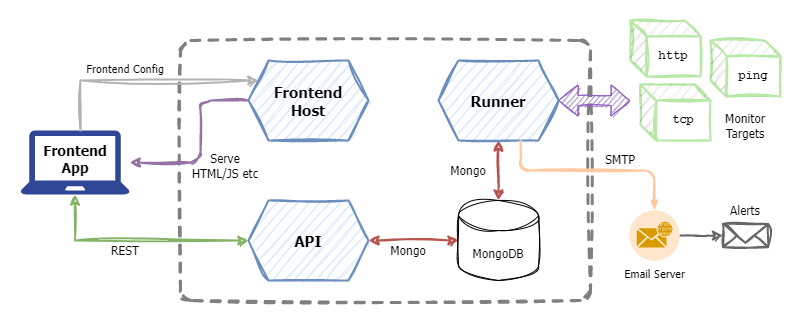
This is etc/architecture.drawio.png from benc-uk/nanomon, a draw.io export, as it was before one commit. Source tidied: cells renumbered, new cells last; positions are measured from the earlier drawing's top-left corner, leaving out a move shared by most shapes.
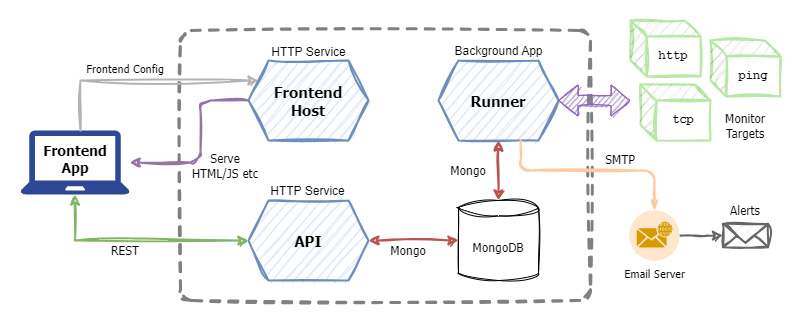
The same diagram one commit later.

What changed in the source:
```diff
@@ -3,7 +3,7 @@
     <mxCell id="0" />
     <mxCell id="1" parent="0" />
     <mxCell id="2" style="rounded=1;whiteSpace=wrap;html=1;fillColor=none;glass=0;strokeColor=#808080;arcSize=4;sketch=1;curveFitting=1;jiggle=2;strokeWidth=3;dashed=1;" parent="1" vertex="1">
-      <mxGeometry x="180" y="40" width="410" height="260" as="geometry" />
+      <mxGeometry x="180" y="30" width="410" height="270" as="geometry" />
     </mxCell>
     <mxCell id="3" style="edgeStyle=orthogonalEdgeStyle;html=1;exitX=0;exitY=0.5;exitDx=0;exitDy=0;sketch=1;curveFitting=1;jiggle=2;fillColor=#e1d5e7;strokeColor=#9673a6;strokeWidth=2;" parent="1" edge="1" source="4" target="11">
       <mxGeometry relative="1" as="geometry">
@@ -28,7 +28,7 @@
     <mxCell id="8" value="Runner" style="shape=hexagon;perimeter=hexagonPerimeter2;whiteSpace=wrap;html=1;fixedSize=1;sketch=1;curveFitting=1;jiggle=2;fillColor=#dae8fc;strokeColor=#6c8ebf;strokeWidth=2;fontFamily=Tahoma;fontSize=15;fontStyle=1;" parent="1" vertex="1">
       <mxGeometry x="438" y="60" width="120" height="80" as="geometry" />
     </mxCell>
-    <mxCell id="9" value="MongoDB" style="shape=cylinder3;whiteSpace=wrap;html=1;boundedLbl=1;backgroundOutline=1;size=15;sketch=1;curveFitting=1;jiggle=2;fontFamily=Tahoma;" parent="1" vertex="1">
+    <mxCell id="9" value="MongoDB" style="shape=cylinder3;whiteSpace=wrap;html=1;boundedLbl=1;backgroundOutline=1;size=7.655172413793082;sketch=1;curveFitting=1;jiggle=2;fontFamily=Tahoma;" parent="1" vertex="1">
       <mxGeometry x="458" y="200" width="80" height="80" as="geometry" />
     </mxCell>
     <mxCell id="10" style="edgeStyle=orthogonalEdgeStyle;rounded=0;jettySize=auto;html=1;entryX=0;entryY=0.5;entryDx=0;entryDy=0;sketch=1;curveFitting=1;jiggle=2;fillColor=#d5e8d4;strokeColor=#82b366;strokeWidth=2;startArrow=classic;startFill=1;" parent="1" edge="1" source="11" target="6">
@@ -114,5 +114,14 @@
     <mxCell id="31" value="Alerts" style="text;html=1;strokeColor=none;fillColor=none;align=center;verticalAlign=middle;whiteSpace=wrap;rounded=0;fontFamily=Tahoma;" parent="1" vertex="1">
       <mxGeometry x="715" y="200" width="60" height="20" as="geometry" />
     </mxCell>
+    <mxCell id="32" value="HTTP Service" style="text;html=1;strokeColor=none;fillColor=none;align=center;verticalAlign=middle;whiteSpace=wrap;rounded=0;" parent="1" vertex="1">
+      <mxGeometry x="269.5" y="37" width="77" height="30" as="geometry" />
+    </mxCell>
+    <mxCell id="33" value="HTTP Service" style="text;html=1;strokeColor=none;fillColor=none;align=center;verticalAlign=middle;whiteSpace=wrap;rounded=0;" parent="1" vertex="1">
+      <mxGeometry x="266" y="176" width="83" height="30" as="geometry" />
+    </mxCell>
+    <mxCell id="34" value="Background App" style="text;html=1;strokeColor=none;fillColor=none;align=center;verticalAlign=middle;whiteSpace=wrap;rounded=0;" parent="1" vertex="1">
+      <mxGeometry x="450.5" y="36" width="95" height="30" as="geometry" />
+    </mxCell>
   </root>
 </mxGraphModel>
```
